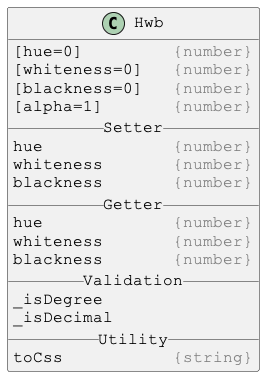
Before: docs/PlantUml/images/Hwb.png, a diagram exported from PlantUML (Justin-Byrne/canvasLab). Source of this version:
```plantuml
@startuml

skinparam DefaultFontSize 16
skinparam DefaultFontName Courier New

class Hwb {
[hue=0]         <color:gray>{number}</color>
[whiteness=0]   <color:gray>{number}</color>
[blackness=0]   <color:gray>{number}</color>
[alpha=1]       <color:gray>{number}</color>
__ Setter __
hue             <color:gray>{number}</color>
whiteness       <color:gray>{number}</color>
blackness       <color:gray>{number}</color>
__ Getter __
hue             <color:gray>{number}</color>
whiteness       <color:gray>{number}</color>
blackness       <color:gray>{number}</color>
__ Validation __
_isDegree
_isDecimal
__ Utility __
toCss           <color:gray>{string}</color>
}

@enduml
```
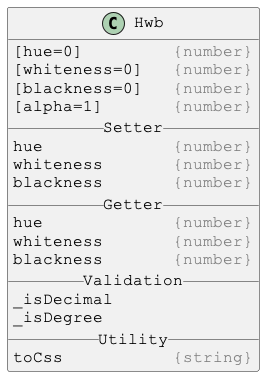
The same file after the commit.

Diff of the diagram source:
```diff
@@ -17,8 +17,8 @@
 whiteness       <color:gray>{number}</color>
 blackness       <color:gray>{number}</color>
 __ Validation __
+_isDecimal
 _isDegree
-_isDecimal
 __ Utility __
 toCss           <color:gray>{string}</color>
 }
```
